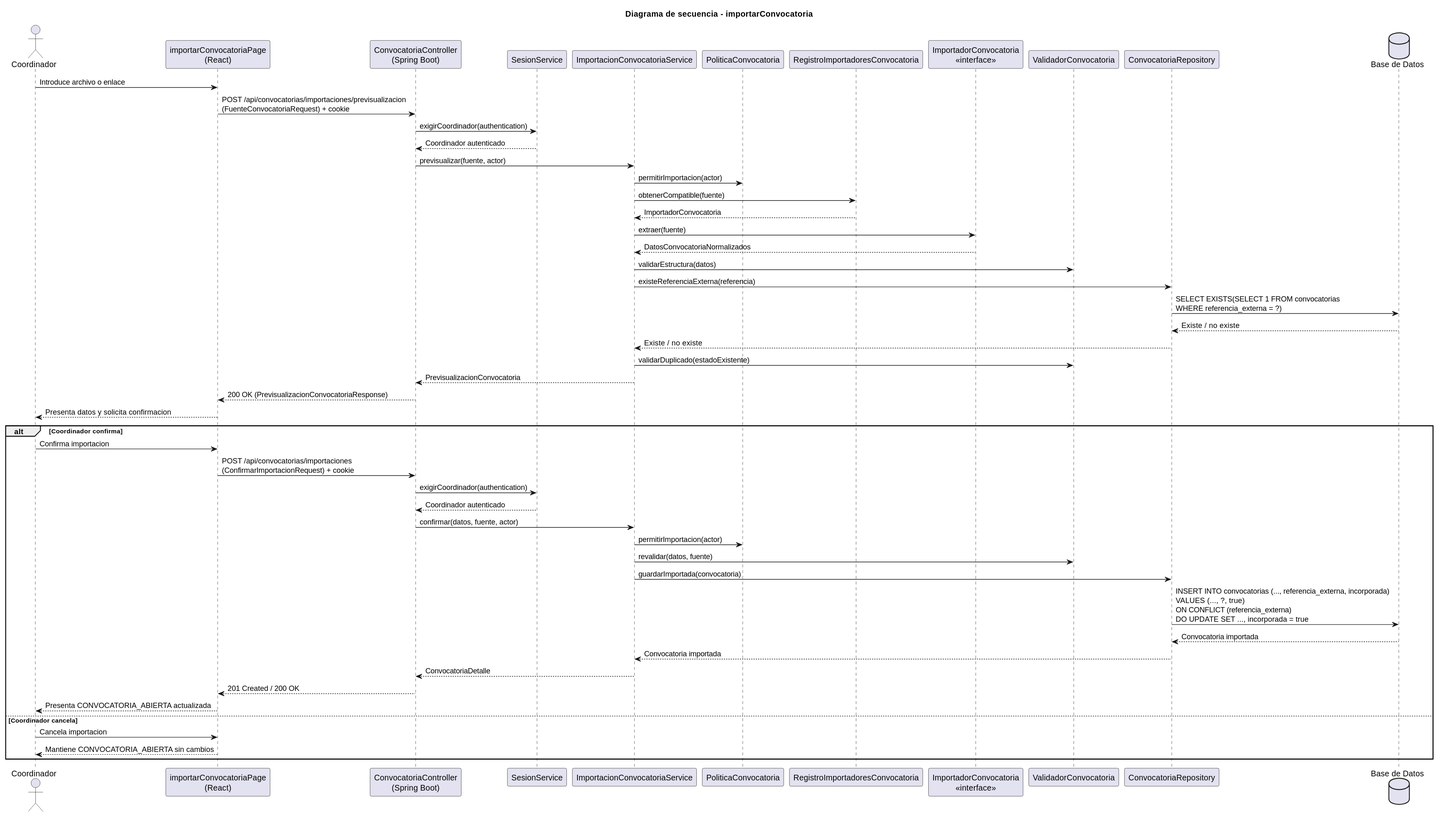
Before: images/RUP/02-diseño/casos-uso/coordinador/importarConvocatoria/secuencia.svg, a diagram exported from PlantUML (beatriizorozco/25-26-idsw2-sdVC). Source of this version:
```plantuml
@startuml
title Diagrama de secuencia - importarConvocatoria

actor Coordinador
participant "importarConvocatoriaPage\n(React)" as Frontend
participant "ConvocatoriaController\n(Spring Boot)" as Api
participant "SesionService" as Sesion
participant "ImportacionConvocatoriaService" as Service
participant "PoliticaConvocatoria" as Policy
participant "RegistroImportadoresConvocatoria" as Registry
participant "ImportadorConvocatoria\n<<interface>>" as Importer
participant "ValidadorConvocatoria" as Validator
participant "ConvocatoriaRepository" as Repo
database "Base de Datos" as DB

Coordinador -> Frontend: Introduce archivo o enlace
Frontend -> Api: POST /api/convocatorias/importaciones/previsualizacion\n(FuenteConvocatoriaRequest) + cookie
Api -> Sesion: exigirCoordinador(authentication)
Sesion --> Api: Coordinador autenticado
Api -> Service: previsualizar(fuente, actor)
Service -> Policy: permitirImportacion(actor)
Service -> Registry: obtenerCompatible(fuente)
Registry --> Service: ImportadorConvocatoria
Service -> Importer: extraer(fuente)
Importer --> Service: DatosConvocatoriaNormalizados
Service -> Validator: validarEstructura(datos)
Service -> Repo: existeReferenciaExterna(referencia)
Repo -> DB: SELECT EXISTS(SELECT 1 FROM convocatorias\nWHERE referencia_externa = ?)
DB --> Repo: Existe / no existe
Repo --> Service: Existe / no existe
Service -> Validator: validarDuplicado(estadoExistente)
Service --> Api: PrevisualizacionConvocatoria
Api --> Frontend: 200 OK (PrevisualizacionConvocatoriaResponse)
Frontend --> Coordinador: Presenta datos y solicita confirmacion

alt Coordinador confirma
    Coordinador -> Frontend: Confirma importacion
    Frontend -> Api: POST /api/convocatorias/importaciones\n(ConfirmarImportacionRequest) + cookie
    Api -> Sesion: exigirCoordinador(authentication)
    Sesion --> Api: Coordinador autenticado
    Api -> Service: confirmar(datos, fuente, actor)
    Service -> Policy: permitirImportacion(actor)
    Service -> Validator: revalidar(datos, fuente)
    Service -> Repo: guardarImportada(convocatoria)
    Repo -> DB: INSERT INTO convocatorias (..., referencia_externa, incorporada)\nVALUES (..., ?, true)\nON CONFLICT (referencia_externa)\nDO UPDATE SET ..., incorporada = true
    DB --> Repo: Convocatoria importada
    Repo --> Service: Convocatoria importada
    Service --> Api: ConvocatoriaDetalle
    Api --> Frontend: 201 Created / 200 OK
    Frontend --> Coordinador: Presenta CONVOCATORIA_ABIERTA actualizada
else Coordinador cancela
    Coordinador -> Frontend: Cancela importacion
    Frontend --> Coordinador: Mantiene CONVOCATORIA_ABIERTA sin cambios
end
@enduml
```
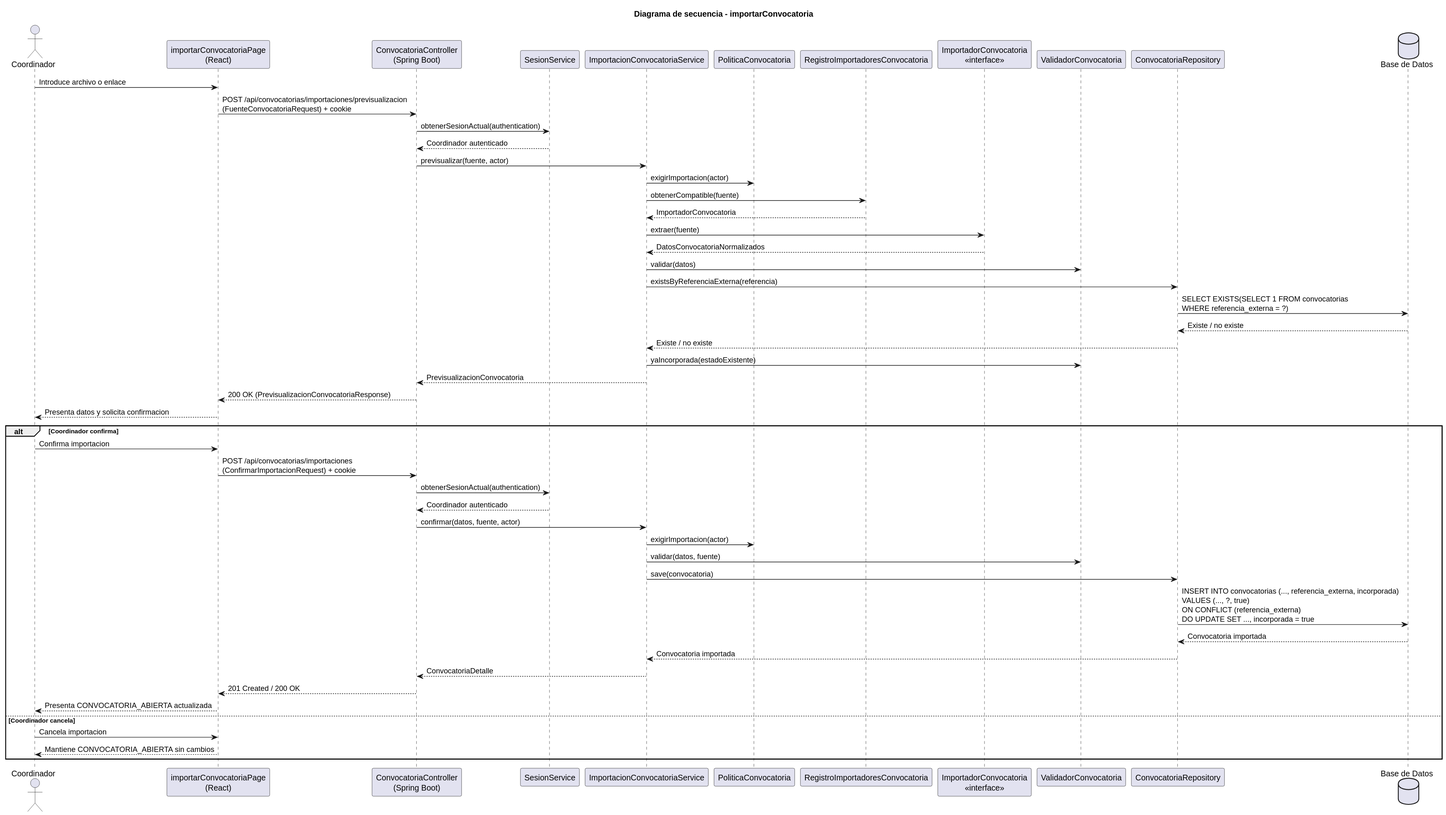
The same diagram one commit later.

The edit, as a diff of the source:
```diff
@@ -15,20 +15,20 @@
 
 Coordinador -> Frontend: Introduce archivo o enlace
 Frontend -> Api: POST /api/convocatorias/importaciones/previsualizacion\n(FuenteConvocatoriaRequest) + cookie
-Api -> Sesion: exigirCoordinador(authentication)
+Api -> Sesion: obtenerSesionActual(authentication)
 Sesion --> Api: Coordinador autenticado
 Api -> Service: previsualizar(fuente, actor)
-Service -> Policy: permitirImportacion(actor)
+Service -> Policy: exigirImportacion(actor)
 Service -> Registry: obtenerCompatible(fuente)
 Registry --> Service: ImportadorConvocatoria
 Service -> Importer: extraer(fuente)
 Importer --> Service: DatosConvocatoriaNormalizados
-Service -> Validator: validarEstructura(datos)
-Service -> Repo: existeReferenciaExterna(referencia)
+Service -> Validator: validar(datos)
+Service -> Repo: existsByReferenciaExterna(referencia)
 Repo -> DB: SELECT EXISTS(SELECT 1 FROM convocatorias\nWHERE referencia_externa = ?)
 DB --> Repo: Existe / no existe
 Repo --> Service: Existe / no existe
-Service -> Validator: validarDuplicado(estadoExistente)
+Service -> Validator: yaIncorporada(estadoExistente)
 Service --> Api: PrevisualizacionConvocatoria
 Api --> Frontend: 200 OK (PrevisualizacionConvocatoriaResponse)
 Frontend --> Coordinador: Presenta datos y solicita confirmacion
@@ -36,12 +36,12 @@
 alt Coordinador confirma
     Coordinador -> Frontend: Confirma importacion
     Frontend -> Api: POST /api/convocatorias/importaciones\n(ConfirmarImportacionRequest) + cookie
-    Api -> Sesion: exigirCoordinador(authentication)
+    Api -> Sesion: obtenerSesionActual(authentication)
     Sesion --> Api: Coordinador autenticado
     Api -> Service: confirmar(datos, fuente, actor)
-    Service -> Policy: permitirImportacion(actor)
-    Service -> Validator: revalidar(datos, fuente)
-    Service -> Repo: guardarImportada(convocatoria)
+    Service -> Policy: exigirImportacion(actor)
+    Service -> Validator: validar(datos, fuente)
+    Service -> Repo: save(convocatoria)
     Repo -> DB: INSERT INTO convocatorias (..., referencia_externa, incorporada)\nVALUES (..., ?, true)\nON CONFLICT (referencia_externa)\nDO UPDATE SET ..., incorporada = true
     DB --> Repo: Convocatoria importada
     Repo --> Service: Convocatoria importada
```
